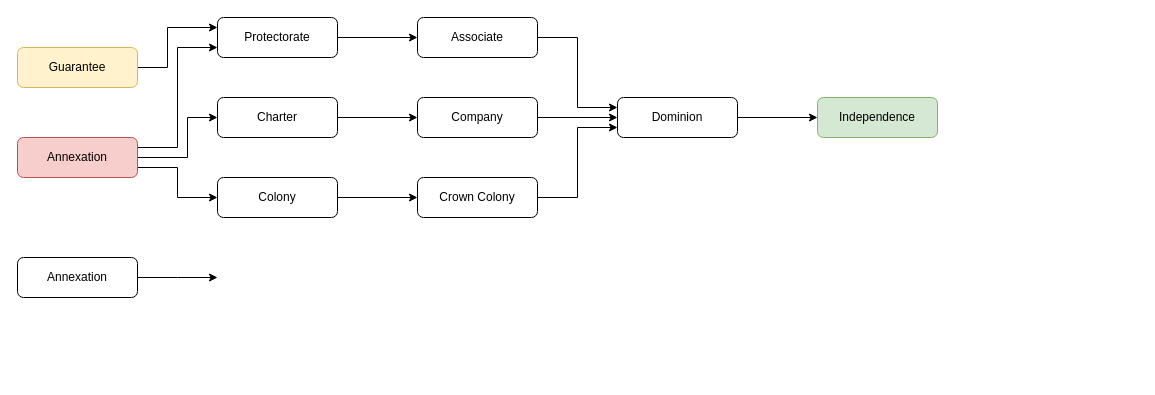
This is page "Autonomy" (1 of 3) of autonomy_planning.drawio from Project-Toto/Toto, a draw.io file, before an edit. Source tidied: cells renumbered, new cells numbered last; positions are measured from the earlier drawing's top-left corner, leaving out a move shared by most shapes. Both pictures are drawn from the tidied source at 100%, with x=0, y=0 at pixel (17, 17).
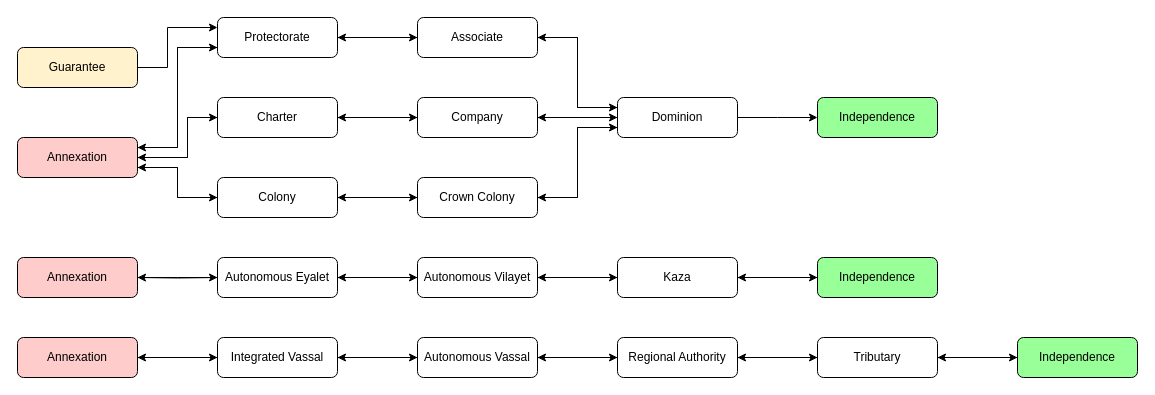
Above is the later version.

Unchanged cells that the change refers to:
```xml
<mxCell id="5" value="Protectorate" style="rounded=1;whiteSpace=wrap;html=1;fontSize=12;glass=0;strokeWidth=1;shadow=0;" parent="1" vertex="1">
  <mxGeometry x="200" width="120" height="40" as="geometry" />
</mxCell>
<mxCell id="11" value="Charter" style="rounded=1;whiteSpace=wrap;html=1;fontSize=12;glass=0;strokeWidth=1;shadow=0;" parent="1" vertex="1">
  <mxGeometry x="200" y="80" width="120" height="40" as="geometry" />
</mxCell>
<mxCell id="13" value="Company" style="rounded=1;whiteSpace=wrap;html=1;fontSize=12;glass=0;strokeWidth=1;shadow=0;" parent="1" vertex="1">
  <mxGeometry x="400" y="80" width="120" height="40" as="geometry" />
</mxCell>
<mxCell id="15" value="Associate" style="rounded=1;whiteSpace=wrap;html=1;fontSize=12;glass=0;strokeWidth=1;shadow=0;" parent="1" vertex="1">
  <mxGeometry x="400" width="120" height="40" as="geometry" />
</mxCell>
<mxCell id="17" value="Dominion" style="rounded=1;whiteSpace=wrap;html=1;fontSize=12;glass=0;strokeWidth=1;shadow=0;" parent="1" vertex="1">
  <mxGeometry x="600" y="80" width="120" height="40" as="geometry" />
</mxCell>
<mxCell id="20" value="Colony" style="rounded=1;whiteSpace=wrap;html=1;fontSize=12;glass=0;strokeWidth=1;shadow=0;" parent="1" vertex="1">
  <mxGeometry x="200" y="160" width="120" height="40" as="geometry" />
</mxCell>
<mxCell id="22" value="Crown Colony" style="rounded=1;whiteSpace=wrap;html=1;fontSize=12;glass=0;strokeWidth=1;shadow=0;" parent="1" vertex="1">
  <mxGeometry x="400" y="160" width="120" height="40" as="geometry" />
</mxCell>
```

What changed in the source:
```diff
@@
-    <mxCell id="3" value="Guarantee" style="rounded=1;whiteSpace=wrap;html=1;fontSize=12;glass=0;strokeWidth=1;shadow=0;fillColor=#fff2cc;strokeColor=#d6b656;" parent="1" vertex="1">
+    <mxCell id="3" value="Guarantee" style="rounded=1;whiteSpace=wrap;html=1;fontSize=12;glass=0;strokeWidth=1;shadow=0;fillColor=#fff2cc;strokeColor=#000000;" parent="1" vertex="1">
       <mxGeometry y="30" width="120" height="40" as="geometry" />
     </mxCell>
     <mxCell id="4" style="edgeStyle=orthogonalEdgeStyle;rounded=0;jettySize=auto;html=1;entryX=0;entryY=0.5;entryDx=0;entryDy=0;" parent="1" edge="1" source="5" target="15">
-      <mxGeometry relative="1" as="geometry" />
+      <mxGeometry relative="1" as="geometry">
+        <Array as="points">
+          <mxPoint x="320" y="20" />
+          <mxPoint x="320" y="20" />
+        </Array>
+      </mxGeometry>
     </mxCell>
+    <mxCell id="25" style="edgeStyle=orthogonalEdgeStyle;rounded=0;jettySize=auto;html=1;" parent="1" edge="1" source="5">
+      <mxGeometry relative="1" as="geometry">
+        <mxPoint x="120" y="130" as="targetPoint" />
+        <Array as="points">
+          <mxPoint x="160" y="30" />
+          <mxPoint x="160" y="130" />
+        </Array>
+      </mxGeometry>
+    </mxCell>
@@
-    <mxCell id="6" style="edgeStyle=orthogonalEdgeStyle;rounded=0;jettySize=auto;html=1;entryX=0;entryY=0.5;entryDx=0;entryDy=0;" parent="1" edge="1" source="9" target="11">
+    <mxCell id="6" style="edgeStyle=orthogonalEdgeStyle;rounded=0;jettySize=auto;html=1;entryX=0;entryY=0.5;entryDx=0;entryDy=0;" parent="1" edge="1" target="11">
       <mxGeometry relative="1" as="geometry">
+        <mxPoint x="120" y="140" as="sourcePoint" />
         <Array as="points">
           <mxPoint x="170" y="140" />
           <mxPoint x="170" y="100" />
         </Array>
       </mxGeometry>
     </mxCell>
-    <mxCell id="7" style="edgeStyle=orthogonalEdgeStyle;rounded=0;jettySize=auto;html=1;entryX=0;entryY=0.75;entryDx=0;entryDy=0;exitX=1;exitY=0.25;exitDx=0;exitDy=0;" parent="1" edge="1" source="9" target="5">
+    <mxCell id="7" style="edgeStyle=orthogonalEdgeStyle;rounded=0;jettySize=auto;html=1;entryX=0;entryY=0.75;entryDx=0;entryDy=0;exitX=1;exitY=0.25;exitDx=0;exitDy=0;" parent="1" edge="1" target="5">
       <mxGeometry relative="1" as="geometry">
+        <mxPoint x="120" y="130" as="sourcePoint" />
         <Array as="points">
           <mxPoint x="160" y="130" />
           <mxPoint x="160" y="30" />
         </Array>
       </mxGeometry>
     </mxCell>
-    <mxCell id="8" style="edgeStyle=orthogonalEdgeStyle;rounded=0;jettySize=auto;html=1;entryX=0;entryY=0.5;entryDx=0;entryDy=0;" parent="1" edge="1" source="9" target="20">
+    <mxCell id="8" style="edgeStyle=orthogonalEdgeStyle;rounded=0;jettySize=auto;html=1;entryX=0;entryY=0.5;entryDx=0;entryDy=0;" parent="1" edge="1" target="20">
       <mxGeometry relative="1" as="geometry">
+        <mxPoint x="120" y="150" as="sourcePoint" />
         <Array as="points">
           <mxPoint x="160" y="150" />
           <mxPoint x="160" y="180" />
         </Array>
       </mxGeometry>
     </mxCell>
-    <mxCell id="9" value="Annexation" style="rounded=1;whiteSpace=wrap;html=1;fontSize=12;glass=0;strokeWidth=1;shadow=0;fillColor=#f8cecc;strokeColor=#b85450;" parent="1" vertex="1">
-      <mxGeometry y="120" width="120" height="40" as="geometry" />
-    </mxCell>
@@
+    <mxCell id="26" style="edgeStyle=orthogonalEdgeStyle;rounded=0;jettySize=auto;html=1;entryX=1;entryY=0.5;entryDx=0;entryDy=0;" parent="1" edge="1" source="11" target="42">
+      <mxGeometry relative="1" as="geometry">
+        <Array as="points">
+          <mxPoint x="170" y="100" />
+          <mxPoint x="170" y="140" />
+        </Array>
+      </mxGeometry>
+    </mxCell>
@@
+    <mxCell id="27" style="edgeStyle=orthogonalEdgeStyle;rounded=0;jettySize=auto;html=1;" parent="1" edge="1" source="13" target="11">
+      <mxGeometry relative="1" as="geometry" />
+    </mxCell>
@@
+    <mxCell id="28" style="edgeStyle=orthogonalEdgeStyle;rounded=0;jettySize=auto;html=1;entryX=1;entryY=0.5;entryDx=0;entryDy=0;" parent="1" edge="1" source="15" target="5">
+      <mxGeometry relative="1" as="geometry" />
+    </mxCell>
@@
-    <mxCell id="16" style="edgeStyle=orthogonalEdgeStyle;rounded=0;jettySize=auto;html=1;entryX=0;entryY=0.5;entryDx=0;entryDy=0;" parent="1" edge="1" source="17" target="18">
-      <mxGeometry relative="1" as="geometry" />
+    <mxCell id="16" style="edgeStyle=orthogonalEdgeStyle;rounded=0;jettySize=auto;html=1;entryX=0;entryY=0.5;entryDx=0;entryDy=0;" parent="1" edge="1" source="17">
+      <mxGeometry relative="1" as="geometry">
+        <mxPoint x="800" y="100" as="targetPoint" />
+      </mxGeometry>
     </mxCell>
+    <mxCell id="29" style="edgeStyle=orthogonalEdgeStyle;rounded=0;jettySize=auto;html=1;exitX=0;exitY=0.25;exitDx=0;exitDy=0;entryX=1;entryY=0.5;entryDx=0;entryDy=0;" parent="1" edge="1" source="17" target="15">
+      <mxGeometry relative="1" as="geometry" />
+    </mxCell>
+    <mxCell id="30" style="edgeStyle=orthogonalEdgeStyle;rounded=0;jettySize=auto;html=1;" parent="1" edge="1" source="17">
+      <mxGeometry relative="1" as="geometry">
+        <mxPoint x="520" y="100" as="targetPoint" />
+      </mxGeometry>
+    </mxCell>
+    <mxCell id="31" style="edgeStyle=orthogonalEdgeStyle;rounded=0;jettySize=auto;html=1;entryX=1;entryY=0.5;entryDx=0;entryDy=0;" parent="1" edge="1" source="17" target="22">
+      <mxGeometry relative="1" as="geometry">
+        <Array as="points">
+          <mxPoint x="560" y="110" />
+          <mxPoint x="560" y="180" />
+        </Array>
+      </mxGeometry>
+    </mxCell>
@@
-    <mxCell id="18" value="Independence" style="rounded=1;whiteSpace=wrap;html=1;fontSize=12;glass=0;strokeWidth=1;shadow=0;fillColor=#d5e8d4;strokeColor=#82b366;" parent="1" vertex="1">
-      <mxGeometry x="800" y="80" width="120" height="40" as="geometry" />
-    </mxCell>
@@
+    <mxCell id="32" style="edgeStyle=orthogonalEdgeStyle;rounded=0;jettySize=auto;html=1;entryX=1;entryY=0.75;entryDx=0;entryDy=0;" parent="1" edge="1" source="20" target="42">
+      <mxGeometry relative="1" as="geometry" />
+    </mxCell>
@@
+    <mxCell id="33" style="edgeStyle=orthogonalEdgeStyle;rounded=0;jettySize=auto;html=1;" parent="1" edge="1" source="22">
+      <mxGeometry relative="1" as="geometry">
+        <mxPoint x="320" y="180" as="targetPoint" />
+      </mxGeometry>
+    </mxCell>
@@
-    <mxCell id="23" style="edgeStyle=orthogonalEdgeStyle;rounded=0;jettySize=auto;html=1;" parent="1" edge="1" source="24">
-      <mxGeometry relative="1" as="geometry">
-        <mxPoint x="200" y="260" as="targetPoint" />
-      </mxGeometry>
-    </mxCell>
+    <mxCell id="34" style="edgeStyle=orthogonalEdgeStyle;rounded=0;jettySize=auto;html=1;entryX=0;entryY=0.5;entryDx=0;entryDy=0;" parent="1" edge="1" source="24">
+      <mxGeometry relative="1" as="geometry">
+        <mxPoint x="200" y="260" as="targetPoint" />
+      </mxGeometry>
+    </mxCell>
-    <mxCell id="24" value="Annexation" style="rounded=1;whiteSpace=wrap;html=1;fontSize=12;glass=0;strokeWidth=1;shadow=0;" parent="1" vertex="1">
+    <mxCell id="24" value="Annexation" style="rounded=1;whiteSpace=wrap;html=1;fontSize=12;glass=0;strokeWidth=1;shadow=0;fillColor=#FFCCCC;" parent="1" vertex="1">
       <mxGeometry y="240" width="120" height="40" as="geometry" />
     </mxCell>
+    <mxCell id="35" style="edgeStyle=orthogonalEdgeStyle;rounded=0;jettySize=auto;html=1;entryX=1;entryY=0.5;entryDx=0;entryDy=0;" parent="1" edge="1" target="24">
+      <mxGeometry relative="1" as="geometry">
+        <mxPoint x="200" y="260" as="sourcePoint" />
+      </mxGeometry>
+    </mxCell>
+    <mxCell id="36" style="edgeStyle=orthogonalEdgeStyle;rounded=0;jettySize=auto;html=1;entryX=0;entryY=0.5;entryDx=0;entryDy=0;" parent="1" edge="1" source="37" target="40">
+      <mxGeometry relative="1" as="geometry">
+        <Array as="points">
+          <mxPoint x="340" y="260" />
+          <mxPoint x="340" y="260" />
+        </Array>
+      </mxGeometry>
+    </mxCell>
+    <mxCell id="37" value="Autonomous Eyalet" style="rounded=1;whiteSpace=wrap;html=1;fontSize=12;glass=0;strokeWidth=1;shadow=0;" parent="1" vertex="1">
+      <mxGeometry x="200" y="240" width="120" height="40" as="geometry" />
+    </mxCell>
+    <mxCell id="38" style="edgeStyle=orthogonalEdgeStyle;rounded=0;jettySize=auto;html=1;entryX=1;entryY=0.5;entryDx=0;entryDy=0;" parent="1" edge="1" source="40" target="37">
+      <mxGeometry relative="1" as="geometry" />
+    </mxCell>
+    <mxCell id="39" style="edgeStyle=orthogonalEdgeStyle;rounded=0;jettySize=auto;html=1;entryX=0;entryY=0.5;entryDx=0;entryDy=0;" parent="1" edge="1" source="40" target="61">
+      <mxGeometry relative="1" as="geometry" />
+    </mxCell>
+    <mxCell id="40" value="Autonomous Vilayet" style="rounded=1;whiteSpace=wrap;html=1;fontSize=12;glass=0;strokeWidth=1;shadow=0;" parent="1" vertex="1">
+      <mxGeometry x="400" y="240" width="120" height="40" as="geometry" />
+    </mxCell>
+    <mxCell id="41" value="Independence" style="rounded=1;whiteSpace=wrap;html=1;fontSize=12;glass=0;strokeWidth=1;shadow=0;fillColor=#99FF99;" parent="1" vertex="1">
+      <mxGeometry x="800" y="80" width="120" height="40" as="geometry" />
+    </mxCell>
+    <mxCell id="42" value="Annexation" style="rounded=1;whiteSpace=wrap;html=1;fontSize=12;glass=0;strokeWidth=1;shadow=0;fillColor=#FFCCCC;" parent="1" vertex="1">
+      <mxGeometry y="120" width="120" height="40" as="geometry" />
+    </mxCell>
+    <mxCell id="43" style="edgeStyle=orthogonalEdgeStyle;rounded=0;jettySize=auto;html=1;entryX=0;entryY=0.5;entryDx=0;entryDy=0;" parent="1" edge="1" source="44" target="47">
+      <mxGeometry relative="1" as="geometry">
+        <Array as="points">
+          <mxPoint x="120" y="340" />
+          <mxPoint x="120" y="340" />
+        </Array>
+      </mxGeometry>
+    </mxCell>
+    <mxCell id="44" value="Annexation" style="rounded=1;whiteSpace=wrap;html=1;fontSize=12;glass=0;strokeWidth=1;shadow=0;fillColor=#FFCCCC;" parent="1" vertex="1">
+      <mxGeometry y="320" width="120" height="40" as="geometry" />
+    </mxCell>
+    <mxCell id="45" style="edgeStyle=orthogonalEdgeStyle;rounded=0;jettySize=auto;html=1;entryX=0;entryY=0.5;entryDx=0;entryDy=0;" parent="1" edge="1" source="47" target="50">
+      <mxGeometry relative="1" as="geometry">
+        <Array as="points">
+          <mxPoint x="360" y="340" />
+          <mxPoint x="360" y="340" />
+        </Array>
+      </mxGeometry>
+    </mxCell>
+    <mxCell id="46" style="edgeStyle=orthogonalEdgeStyle;rounded=0;jettySize=auto;html=1;" parent="1" edge="1" source="47" target="44">
+      <mxGeometry relative="1" as="geometry" />
+    </mxCell>
+    <mxCell id="47" value="Integrated Vassal" style="rounded=1;whiteSpace=wrap;html=1;fontSize=12;glass=0;strokeWidth=1;shadow=0;" parent="1" vertex="1">
+      <mxGeometry x="200" y="320" width="120" height="40" as="geometry" />
+    </mxCell>
+    <mxCell id="48" style="edgeStyle=orthogonalEdgeStyle;rounded=0;jettySize=auto;html=1;entryX=0;entryY=0.5;entryDx=0;entryDy=0;" parent="1" edge="1" source="50" target="53">
+      <mxGeometry relative="1" as="geometry" />
+    </mxCell>
+    <mxCell id="49" style="edgeStyle=orthogonalEdgeStyle;rounded=0;jettySize=auto;html=1;entryX=1;entryY=0.5;entryDx=0;entryDy=0;" parent="1" edge="1" source="50" target="47">
+      <mxGeometry relative="1" as="geometry" />
+    </mxCell>
+    <mxCell id="50" value="Autonomous Vassal" style="rounded=1;whiteSpace=wrap;html=1;fontSize=12;glass=0;strokeWidth=1;shadow=0;" parent="1" vertex="1">
+      <mxGeometry x="400" y="320" width="120" height="40" as="geometry" />
+    </mxCell>
+    <mxCell id="51" style="edgeStyle=orthogonalEdgeStyle;rounded=0;jettySize=auto;html=1;entryX=0;entryY=0.5;entryDx=0;entryDy=0;" parent="1" edge="1" source="53">
+      <mxGeometry relative="1" as="geometry">
+        <mxPoint x="800" y="340" as="targetPoint" />
+      </mxGeometry>
+    </mxCell>
+    <mxCell id="52" style="edgeStyle=orthogonalEdgeStyle;rounded=0;jettySize=auto;html=1;entryX=1;entryY=0.5;entryDx=0;entryDy=0;" parent="1" edge="1" source="53" target="50">
+      <mxGeometry relative="1" as="geometry" />
+    </mxCell>
+    <mxCell id="53" value="Regional Authority" style="rounded=1;whiteSpace=wrap;html=1;fontSize=12;glass=0;strokeWidth=1;shadow=0;" parent="1" vertex="1">
+      <mxGeometry x="600" y="320" width="120" height="40" as="geometry" />
+    </mxCell>
+    <mxCell id="54" style="edgeStyle=orthogonalEdgeStyle;rounded=0;jettySize=auto;html=1;" parent="1" edge="1" source="56" target="53">
+      <mxGeometry relative="1" as="geometry">
+        <Array as="points">
+          <mxPoint x="710" y="340" />
+          <mxPoint x="710" y="340" />
+        </Array>
+      </mxGeometry>
+    </mxCell>
+    <mxCell id="55" style="edgeStyle=orthogonalEdgeStyle;rounded=0;jettySize=auto;html=1;" parent="1" edge="1" source="56" target="58">
+      <mxGeometry relative="1" as="geometry">
+        <Array as="points">
+          <mxPoint x="1000" y="340" />
+          <mxPoint x="1000" y="340" />
+        </Array>
+      </mxGeometry>
+    </mxCell>
+    <mxCell id="56" value="Tributary" style="rounded=1;whiteSpace=wrap;html=1;fontSize=12;glass=0;strokeWidth=1;shadow=0;" parent="1" vertex="1">
+      <mxGeometry x="800" y="320" width="120" height="40" as="geometry" />
+    </mxCell>
+    <mxCell id="57" style="edgeStyle=orthogonalEdgeStyle;rounded=0;jettySize=auto;html=1;entryX=1;entryY=0.5;entryDx=0;entryDy=0;" parent="1" edge="1" source="58" target="56">
+      <mxGeometry relative="1" as="geometry" />
+    </mxCell>
+    <mxCell id="58" value="Independence" style="rounded=1;whiteSpace=wrap;html=1;fontSize=12;glass=0;strokeWidth=1;shadow=0;fillColor=#99FF99;" parent="1" vertex="1">
+      <mxGeometry x="1000" y="320" width="120" height="40" as="geometry" />
+    </mxCell>
+    <mxCell id="59" style="edgeStyle=orthogonalEdgeStyle;rounded=0;jettySize=auto;html=1;entryX=0;entryY=0.5;entryDx=0;entryDy=0;" parent="1" edge="1" source="61" target="63">
+      <mxGeometry relative="1" as="geometry" />
+    </mxCell>
+    <mxCell id="60" style="edgeStyle=orthogonalEdgeStyle;rounded=0;jettySize=auto;html=1;entryX=1;entryY=0.5;entryDx=0;entryDy=0;" parent="1" edge="1" source="61" target="40">
+      <mxGeometry relative="1" as="geometry" />
+    </mxCell>
+    <mxCell id="61" value="Kaza" style="rounded=1;whiteSpace=wrap;html=1;fontSize=12;glass=0;strokeWidth=1;shadow=0;" parent="1" vertex="1">
+      <mxGeometry x="600" y="240" width="120" height="40" as="geometry" />
+    </mxCell>
+    <mxCell id="62" style="edgeStyle=orthogonalEdgeStyle;rounded=0;jettySize=auto;html=1;entryX=1;entryY=0.5;entryDx=0;entryDy=0;" parent="1" edge="1" source="63" target="61">
+      <mxGeometry relative="1" as="geometry" />
+    </mxCell>
+    <mxCell id="63" value="Independence" style="rounded=1;whiteSpace=wrap;html=1;fontSize=12;glass=0;strokeWidth=1;shadow=0;fillColor=#99FF99;" parent="1" vertex="1">
+      <mxGeometry x="800" y="240" width="120" height="40" as="geometry" />
+    </mxCell>
```
